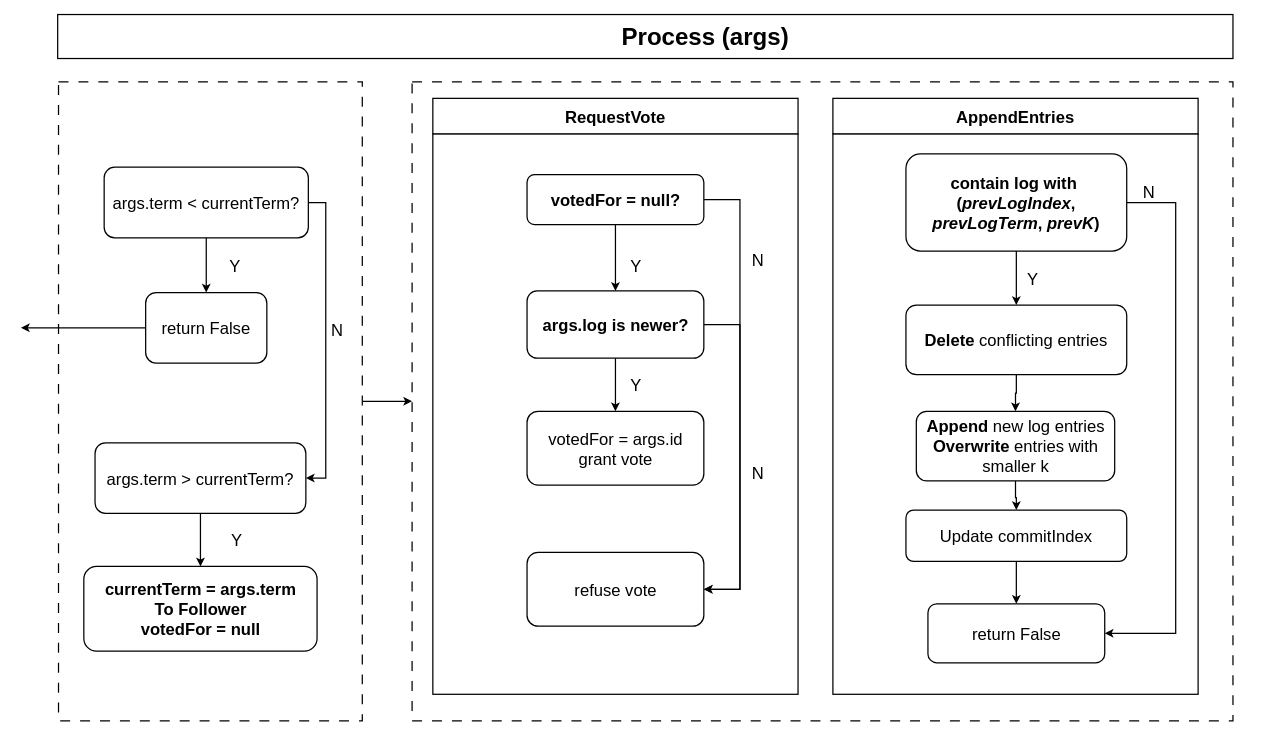
Earlier version of the draw.io diagram page "第 2 页" (2 of 3) of flexraft.drawio (Holworth/DrawIO). Source tidied: cells renumbered, new cells numbered last; positions are measured from the earlier drawing's top-left corner, leaving out a move shared by most shapes. Both pictures are drawn from the tidied source at 83%, with x=0, y=0 at pixel (21, 14).
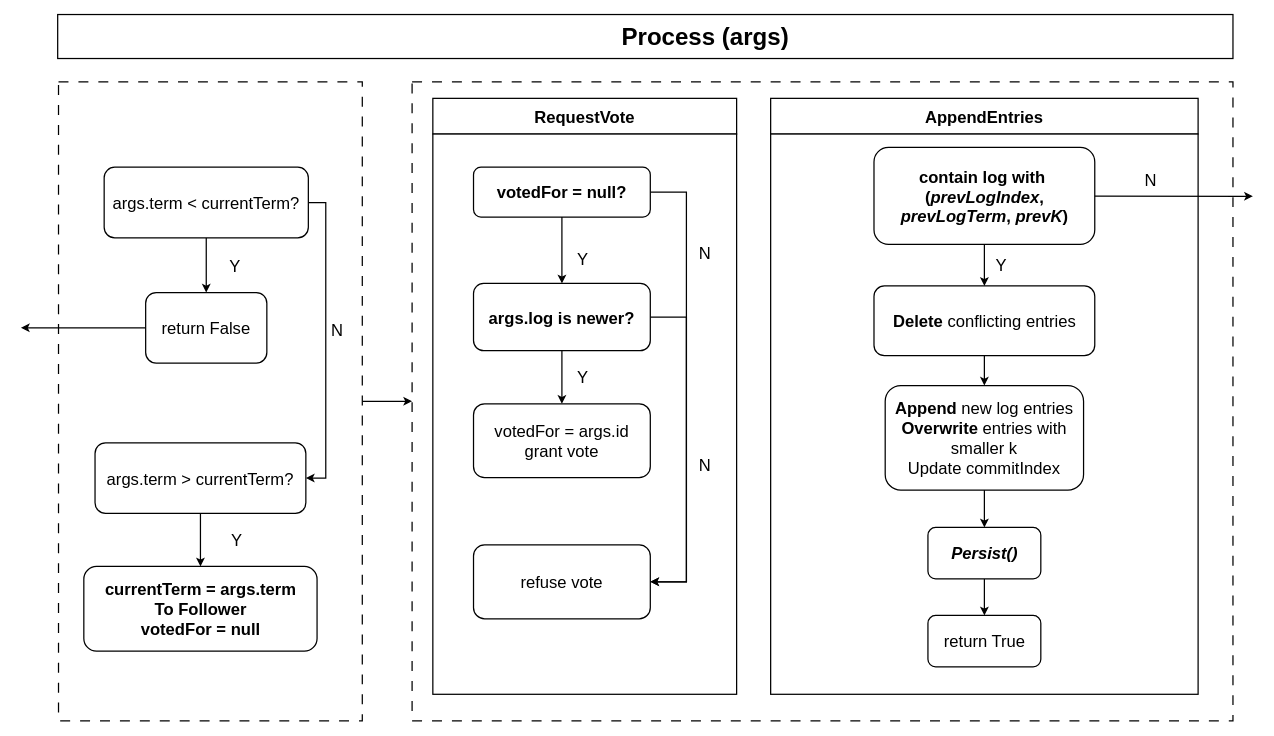
Above is the later version.

Change to the diagram source:
```diff
@@
     <mxCell id="17" value="&lt;font style=&quot;font-size: 20px;&quot;&gt;&lt;b&gt;RequestVote&lt;/b&gt;&lt;/font&gt;" style="rounded=0;whiteSpace=wrap;html=1;strokeWidth=1.5;" parent="1" vertex="1">
-      <mxGeometry x="496" y="101" width="440" height="43" as="geometry" />
+      <mxGeometry x="496" y="101" width="366" height="43" as="geometry" />
     </mxCell>
     <mxCell id="18" value="&lt;font style=&quot;font-size: 20px;&quot;&gt;&lt;b&gt;AppendEntries&lt;/b&gt;&lt;/font&gt;" style="rounded=0;whiteSpace=wrap;html=1;strokeWidth=1.5;" parent="1" vertex="1">
-      <mxGeometry x="978" y="101" width="440" height="43" as="geometry" />
+      <mxGeometry x="903" y="101" width="515" height="43" as="geometry" />
     </mxCell>
     <mxCell id="19" style="rounded=0;whiteSpace=wrap;html=1;strokeWidth=1.5;" parent="1" vertex="1">
-      <mxGeometry x="496" y="144" width="440" height="675" as="geometry" />
+      <mxGeometry x="496" y="144" width="366" height="675" as="geometry" />
     </mxCell>
@@
     <mxCell id="21" style="edgeStyle=orthogonalEdgeStyle;rounded=0;jettySize=auto;html=1;entryX=1;entryY=0.5;entryDx=0;entryDy=0;strokeWidth=1.5;" parent="1" edge="1" source="22" target="29">
       <mxGeometry relative="1" as="geometry">
         <Array as="points">
-          <mxPoint x="866" y="223" />
-          <mxPoint x="866" y="693" />
+          <mxPoint x="801.5" y="214" />
+          <mxPoint x="801.5" y="684" />
         </Array>
       </mxGeometry>
     </mxCell>
     <mxCell id="22" value="&lt;font style=&quot;font-size: 20px;&quot;&gt;&lt;b&gt;votedFor = null?&lt;/b&gt;&lt;/font&gt;" style="rounded=1;whiteSpace=wrap;html=1;strokeWidth=1.5;" parent="1" vertex="1">
-      <mxGeometry x="609.5" y="193" width="213" height="60" as="geometry" />
+      <mxGeometry x="545" y="184" width="213" height="60" as="geometry" />
     </mxCell>
@@
     <mxCell id="24" style="edgeStyle=orthogonalEdgeStyle;rounded=0;jettySize=auto;html=1;entryX=1;entryY=0.5;entryDx=0;entryDy=0;strokeWidth=1.5;" parent="1" edge="1" source="25" target="29">
       <mxGeometry relative="1" as="geometry">
         <Array as="points">
-          <mxPoint x="866" y="373.5" />
-          <mxPoint x="866" y="693" />
+          <mxPoint x="801.5" y="364.5" />
+          <mxPoint x="801.5" y="684" />
         </Array>
       </mxGeometry>
     </mxCell>
     <mxCell id="25" value="&lt;font style=&quot;font-size: 20px;&quot;&gt;&lt;b&gt;args.log is newer?&lt;/b&gt;&lt;/font&gt;" style="rounded=1;whiteSpace=wrap;html=1;strokeWidth=1.5;" parent="1" vertex="1">
-      <mxGeometry x="609.5" y="333" width="213" height="81" as="geometry" />
+      <mxGeometry x="545" y="324" width="213" height="81" as="geometry" />
     </mxCell>
     <mxCell id="26" value="&lt;span style=&quot;font-size: 20px;&quot;&gt;votedFor = args.id&lt;/span&gt;&lt;div&gt;&lt;span style=&quot;font-size: 20px;&quot;&gt;grant vote&lt;/span&gt;&lt;/div&gt;" style="rounded=1;whiteSpace=wrap;html=1;strokeWidth=1.5;" parent="1" vertex="1">
-      <mxGeometry x="609.5" y="478" width="213" height="89" as="geometry" />
+      <mxGeometry x="545" y="469" width="213" height="89" as="geometry" />
     </mxCell>
     <mxCell id="27" value="&lt;font style=&quot;font-size: 20px;&quot;&gt;Y&lt;/font&gt;" style="text;html=1;align=center;verticalAlign=middle;whiteSpace=wrap;rounded=0;strokeWidth=1.5;" parent="1" vertex="1">
-      <mxGeometry x="711" y="288" width="60" height="30" as="geometry" />
+      <mxGeometry x="646.5" y="279" width="60" height="30" as="geometry" />
     </mxCell>
     <mxCell id="28" value="&lt;font style=&quot;font-size: 20px;&quot;&gt;Y&lt;/font&gt;" style="text;html=1;align=center;verticalAlign=middle;whiteSpace=wrap;rounded=0;strokeWidth=1.5;" parent="1" vertex="1">
-      <mxGeometry x="711" y="431" width="60" height="30" as="geometry" />
+      <mxGeometry x="646.5" y="422" width="60" height="30" as="geometry" />
     </mxCell>
     <mxCell id="29" value="&lt;span style=&quot;font-size: 20px;&quot;&gt;refuse vote&lt;/span&gt;" style="rounded=1;whiteSpace=wrap;html=1;strokeWidth=1.5;" parent="1" vertex="1">
-      <mxGeometry x="609.5" y="648" width="213" height="89" as="geometry" />
+      <mxGeometry x="545" y="639" width="213" height="89" as="geometry" />
     </mxCell>
     <mxCell id="30" value="&lt;font style=&quot;font-size: 20px;&quot;&gt;N&lt;/font&gt;" style="text;html=1;align=center;verticalAlign=middle;whiteSpace=wrap;rounded=0;strokeWidth=1.5;" parent="1" vertex="1">
-      <mxGeometry x="858" y="537" width="60" height="30" as="geometry" />
+      <mxGeometry x="793.5" y="528" width="60" height="30" as="geometry" />
     </mxCell>
     <mxCell id="31" value="&lt;font style=&quot;font-size: 20px;&quot;&gt;N&lt;/font&gt;" style="text;html=1;align=center;verticalAlign=middle;whiteSpace=wrap;rounded=0;strokeWidth=1.5;" parent="1" vertex="1">
-      <mxGeometry x="858" y="281" width="60" height="30" as="geometry" />
+      <mxGeometry x="793.5" y="272" width="60" height="30" as="geometry" />
     </mxCell>
     <mxCell id="32" style="rounded=0;whiteSpace=wrap;html=1;strokeWidth=1.5;" parent="1" vertex="1">
-      <mxGeometry x="978" y="144" width="440" height="675" as="geometry" />
+      <mxGeometry x="903" y="144" width="515" height="675" as="geometry" />
     </mxCell>
@@
-    <mxCell id="34" style="edgeStyle=orthogonalEdgeStyle;rounded=0;jettySize=auto;html=1;entryX=1;entryY=0.5;entryDx=0;entryDy=0;strokeWidth=1.5;" parent="1" edge="1" source="35" target="36">
-      <mxGeometry relative="1" as="geometry">
-        <Array as="points">
-          <mxPoint x="1391" y="227" />
-          <mxPoint x="1391" y="746" />
-        </Array>
-      </mxGeometry>
-    </mxCell>
     <mxCell id="35" value="&lt;span style=&quot;font-size: 20px;&quot;&gt;&lt;b&gt;contain log with&amp;nbsp;&lt;/b&gt;&lt;/span&gt;&lt;div&gt;&lt;span style=&quot;font-size: 20px;&quot;&gt;&lt;b&gt;(&lt;i&gt;prevLogIndex&lt;/i&gt;, &lt;i&gt;prevLogTerm&lt;/i&gt;, &lt;i&gt;prevK&lt;/i&gt;)&lt;/b&gt;&lt;/span&gt;&lt;/div&gt;" style="rounded=1;whiteSpace=wrap;html=1;strokeWidth=1.5;" parent="1" vertex="1">
-      <mxGeometry x="1066" y="168" width="266" height="117" as="geometry" />
+      <mxGeometry x="1027.5" y="160" width="266" height="117" as="geometry" />
     </mxCell>
-    <mxCell id="36" value="&lt;span style=&quot;font-size: 20px;&quot;&gt;return False&lt;/span&gt;" style="rounded=1;whiteSpace=wrap;html=1;strokeWidth=1.5;" parent="1" vertex="1">
-      <mxGeometry x="1092.5" y="710" width="213" height="71" as="geometry" />
-    </mxCell>
@@
     <mxCell id="38" value="&lt;span style=&quot;font-size: 20px;&quot;&gt;&lt;b&gt;Delete&lt;/b&gt;&amp;nbsp;conflicting entries&lt;/span&gt;" style="rounded=1;whiteSpace=wrap;html=1;strokeWidth=1.5;" parent="1" vertex="1">
-      <mxGeometry x="1066" y="350" width="266" height="84" as="geometry" />
+      <mxGeometry x="1027.5" y="327" width="266" height="84" as="geometry" />
     </mxCell>
-    <mxCell id="39" style="edgeStyle=orthogonalEdgeStyle;rounded=0;jettySize=auto;html=1;entryX=0.5;entryY=0;entryDx=0;entryDy=0;strokeWidth=1.5;" parent="1" edge="1" source="40" target="42">
-      <mxGeometry relative="1" as="geometry" />
-    </mxCell>
+    <mxCell id="45" style="edgeStyle=orthogonalEdgeStyle;rounded=0;jettySize=auto;html=1;entryX=0.5;entryY=0;entryDx=0;entryDy=0;strokeWidth=1.5;" parent="1" edge="1" source="40" target="47">
+      <mxGeometry relative="1" as="geometry" />
+    </mxCell>
-    <mxCell id="40" value="&lt;span style=&quot;font-size: 20px;&quot;&gt;&lt;b&gt;Append&lt;/b&gt; new log entries&lt;/span&gt;&lt;div&gt;&lt;span style=&quot;font-size: 20px;&quot;&gt;&lt;b&gt;Overwrite&lt;/b&gt; entries with smaller k&lt;/span&gt;&lt;/div&gt;" style="rounded=1;whiteSpace=wrap;html=1;strokeWidth=1.5;" parent="1" vertex="1">
-      <mxGeometry x="1078.5" y="478" width="239" height="84" as="geometry" />
+    <mxCell id="40" value="&lt;span style=&quot;font-size: 20px;&quot;&gt;&lt;b&gt;Append&lt;/b&gt; new log entries&lt;/span&gt;&lt;div&gt;&lt;span style=&quot;font-size: 20px;&quot;&gt;&lt;b&gt;Overwrite&lt;/b&gt; entries with smaller k&lt;/span&gt;&lt;/div&gt;&lt;div&gt;&lt;span style=&quot;font-size: 20px;&quot;&gt;Update commitIndex&lt;/span&gt;&lt;/div&gt;" style="rounded=1;whiteSpace=wrap;html=1;strokeWidth=1.5;" parent="1" vertex="1">
+      <mxGeometry x="1041" y="447" width="239" height="126" as="geometry" />
     </mxCell>
-    <mxCell id="41" style="edgeStyle=orthogonalEdgeStyle;rounded=0;jettySize=auto;html=1;strokeWidth=1.5;" parent="1" edge="1" source="42" target="36">
-      <mxGeometry relative="1" as="geometry" />
-    </mxCell>
-    <mxCell id="42" value="&lt;span style=&quot;font-size: 20px;&quot;&gt;Update commitIndex&lt;/span&gt;" style="rounded=1;whiteSpace=wrap;html=1;strokeWidth=1.5;" parent="1" vertex="1">
-      <mxGeometry x="1066" y="597" width="266" height="62" as="geometry" />
-    </mxCell>
     <mxCell id="43" value="&lt;font style=&quot;font-size: 20px;&quot;&gt;Y&lt;/font&gt;" style="text;html=1;align=center;verticalAlign=middle;whiteSpace=wrap;rounded=0;strokeWidth=1.5;" parent="1" vertex="1">
-      <mxGeometry x="1189" y="303" width="60" height="30" as="geometry" />
+      <mxGeometry x="1150.5" y="286" width="60" height="30" as="geometry" />
     </mxCell>
     <mxCell id="44" value="&lt;font style=&quot;font-size: 20px;&quot;&gt;N&lt;/font&gt;" style="text;html=1;align=center;verticalAlign=middle;whiteSpace=wrap;rounded=0;strokeWidth=1.5;" parent="1" vertex="1">
-      <mxGeometry x="1329" y="198" width="60" height="30" as="geometry" />
+      <mxGeometry x="1331" y="184" width="60" height="30" as="geometry" />
     </mxCell>
+    <mxCell id="46" style="edgeStyle=orthogonalEdgeStyle;rounded=0;jettySize=auto;html=1;strokeWidth=1.5;" parent="1" edge="1" source="47" target="48">
+      <mxGeometry relative="1" as="geometry" />
+    </mxCell>
+    <mxCell id="47" value="&lt;span style=&quot;font-size: 20px;&quot;&gt;&lt;i&gt;&lt;b&gt;Persist()&lt;/b&gt;&lt;/i&gt;&lt;/span&gt;" style="rounded=1;whiteSpace=wrap;html=1;strokeWidth=1.5;" parent="1" vertex="1">
+      <mxGeometry x="1092.5" y="618" width="136" height="62" as="geometry" />
+    </mxCell>
+    <mxCell id="48" value="&lt;span style=&quot;font-size: 20px;&quot;&gt;return True&lt;/span&gt;" style="rounded=1;whiteSpace=wrap;html=1;strokeWidth=1.5;" parent="1" vertex="1">
+      <mxGeometry x="1092.5" y="724" width="136" height="62" as="geometry" />
+    </mxCell>
+    <mxCell id="49" style="endArrow=classic;html=1;rounded=0;strokeWidth=1.5;" parent="1" edge="1" source="35">
+      <mxGeometry relative="1" as="geometry">
+        <mxPoint x="1484" y="219" as="targetPoint" />
+      </mxGeometry>
+    </mxCell>
```
